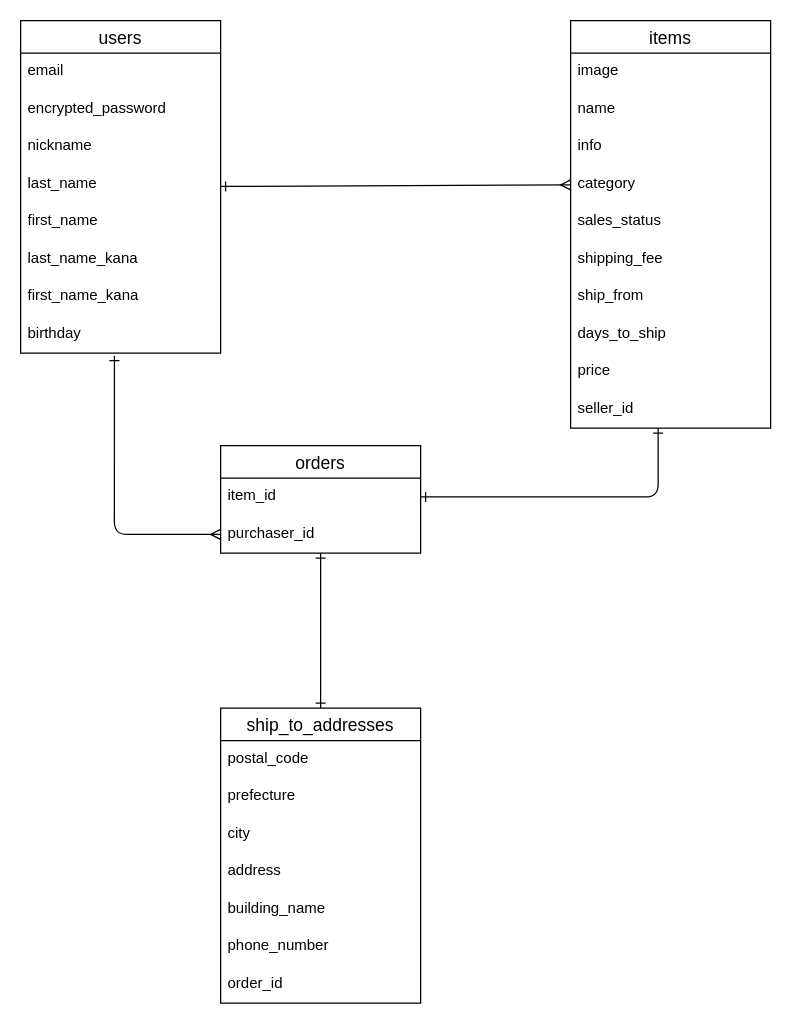
Earlier version of the draw.io diagram tables.dio (Feelfym/furima-40422). Source tidied: cells renumbered, new cells numbered last; positions are measured from the earlier drawing's top-left corner, leaving out a move shared by most shapes. Both pictures are drawn from the tidied source at 125%, with x=0, y=0 at pixel (20, 20).
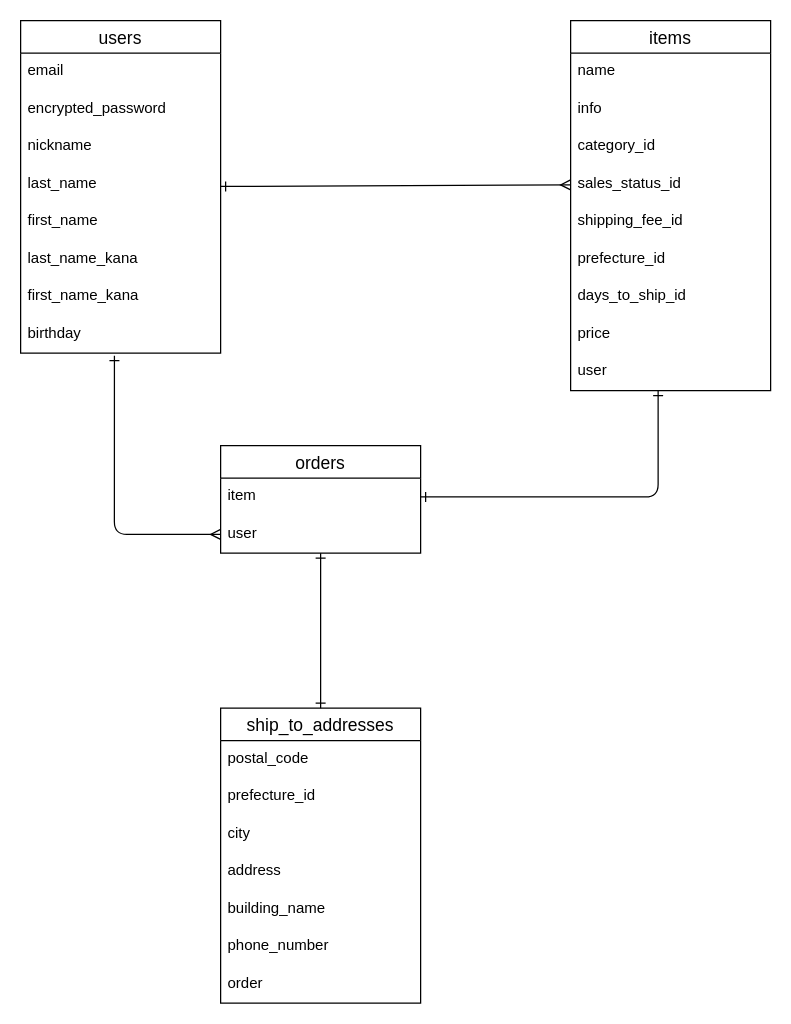
The same page after the edit.

Commit message (it also covers changes not shown here):
ER図・READMEの修正

データベース設計の修正

Unchanged cells that the change refers to:
```xml
<mxCell id="3" value="users" style="swimlane;fontStyle=0;horizontal=1;startSize=26;align=center;fontSize=14;" parent="1" vertex="1">
  <mxGeometry width="160" height="266" as="geometry" />
</mxCell>
<mxCell id="23" value="orders" style="swimlane;fontStyle=0;horizontal=1;startSize=26;align=center;fontSize=14;" parent="1" vertex="1">
  <mxGeometry x="160" y="340" width="160" height="86" as="geometry" />
</mxCell>
<mxCell id="26" value="ship_to_addresses" style="swimlane;fontStyle=0;horizontal=1;startSize=26;align=center;fontSize=14;" parent="1" vertex="1">
  <mxGeometry x="160" y="550" width="160" height="236" as="geometry" />
</mxCell>
```

The edit, as a diff of the source:
```diff
@@
-    <mxCell id="2" style="html=1;startArrow=ERone;startFill=0;endArrow=ERmany;endFill=0;" parent="1" edge="1" source="3" target="16">
+    <mxCell id="2" style="html=1;startArrow=ERone;startFill=0;endArrow=ERmany;endFill=0;" parent="1" edge="1" source="3" target="17">
       <mxGeometry relative="1" as="geometry" />
     </mxCell>
@@
     <mxCell id="12" value="items" style="swimlane;fontStyle=0;horizontal=1;startSize=26;align=center;fontSize=14;" parent="1" vertex="1">
-      <mxGeometry x="440" width="160" height="326" as="geometry" />
+      <mxGeometry x="440" width="160" height="296" as="geometry" />
     </mxCell>
-    <mxCell id="13" value="image" style="text;strokeColor=none;fillColor=none;spacingLeft=4;spacingRight=4;overflow=hidden;fontSize=12;" parent="12" vertex="1">
-      <mxGeometry y="26" width="160" height="30" as="geometry" />
-    </mxCell>
     <mxCell id="14" value="name" style="text;strokeColor=none;fillColor=none;spacingLeft=4;spacingRight=4;overflow=hidden;fontSize=12;" parent="12" vertex="1">
-      <mxGeometry y="56" width="160" height="30" as="geometry" />
+      <mxGeometry y="26" width="160" height="30" as="geometry" />
     </mxCell>
     <mxCell id="15" value="info" style="text;strokeColor=none;fillColor=none;spacingLeft=4;spacingRight=4;overflow=hidden;fontSize=12;" parent="12" vertex="1">
-      <mxGeometry y="86" width="160" height="30" as="geometry" />
+      <mxGeometry y="56" width="160" height="30" as="geometry" />
     </mxCell>
-    <mxCell id="16" value="category" style="text;strokeColor=none;fillColor=none;spacingLeft=4;spacingRight=4;overflow=hidden;points=[[0,0.5],[1,0.5]];portConstraint=eastwest;fontSize=12;" parent="12" vertex="1">
-      <mxGeometry y="116" width="160" height="30" as="geometry" />
+    <mxCell id="16" value="category_id" style="text;strokeColor=none;fillColor=none;spacingLeft=4;spacingRight=4;overflow=hidden;points=[[0,0.5],[1,0.5]];portConstraint=eastwest;fontSize=12;" parent="12" vertex="1">
+      <mxGeometry y="86" width="160" height="30" as="geometry" />
     </mxCell>
-    <mxCell id="17" value="sales_status" style="text;strokeColor=none;fillColor=none;spacingLeft=4;spacingRight=4;overflow=hidden;points=[[0,0.5],[1,0.5]];portConstraint=eastwest;fontSize=12;" parent="12" vertex="1">
-      <mxGeometry y="146" width="160" height="30" as="geometry" />
+    <mxCell id="17" value="sales_status_id" style="text;strokeColor=none;fillColor=none;spacingLeft=4;spacingRight=4;overflow=hidden;points=[[0,0.5],[1,0.5]];portConstraint=eastwest;fontSize=12;" parent="12" vertex="1">
+      <mxGeometry y="116" width="160" height="30" as="geometry" />
     </mxCell>
-    <mxCell id="18" value="shipping_fee" style="text;strokeColor=none;fillColor=none;spacingLeft=4;spacingRight=4;overflow=hidden;fontSize=12;" parent="12" vertex="1">
-      <mxGeometry y="176" width="160" height="30" as="geometry" />
+    <mxCell id="18" value="shipping_fee_id" style="text;strokeColor=none;fillColor=none;spacingLeft=4;spacingRight=4;overflow=hidden;fontSize=12;" parent="12" vertex="1">
+      <mxGeometry y="146" width="160" height="30" as="geometry" />
     </mxCell>
-    <mxCell id="19" value="ship_from" style="text;strokeColor=none;fillColor=none;spacingLeft=4;spacingRight=4;overflow=hidden;fontSize=12;" parent="12" vertex="1">
-      <mxGeometry y="206" width="160" height="30" as="geometry" />
+    <mxCell id="19" value="prefecture_id" style="text;strokeColor=none;fillColor=none;spacingLeft=4;spacingRight=4;overflow=hidden;fontSize=12;" parent="12" vertex="1">
+      <mxGeometry y="176" width="160" height="30" as="geometry" />
     </mxCell>
-    <mxCell id="20" value="days_to_ship" style="text;strokeColor=none;fillColor=none;spacingLeft=4;spacingRight=4;overflow=hidden;fontSize=12;" parent="12" vertex="1">
-      <mxGeometry y="236" width="160" height="30" as="geometry" />
+    <mxCell id="20" value="days_to_ship_id" style="text;strokeColor=none;fillColor=none;spacingLeft=4;spacingRight=4;overflow=hidden;fontSize=12;" parent="12" vertex="1">
+      <mxGeometry y="206" width="160" height="30" as="geometry" />
     </mxCell>
     <mxCell id="21" value="price" style="text;strokeColor=none;fillColor=none;spacingLeft=4;spacingRight=4;overflow=hidden;fontSize=12;" parent="12" vertex="1">
-      <mxGeometry y="266" width="160" height="30" as="geometry" />
+      <mxGeometry y="236" width="160" height="30" as="geometry" />
     </mxCell>
-    <mxCell id="22" value="seller_id" style="text;strokeColor=none;fillColor=none;spacingLeft=4;spacingRight=4;overflow=hidden;points=[[0,0.5],[1,0.5]];portConstraint=eastwest;fontSize=12;" parent="12" vertex="1">
-      <mxGeometry y="296" width="160" height="30" as="geometry" />
+    <mxCell id="22" value="user" style="text;strokeColor=none;fillColor=none;spacingLeft=4;spacingRight=4;overflow=hidden;points=[[0,0.5],[1,0.5]];portConstraint=eastwest;fontSize=12;" parent="12" vertex="1">
+      <mxGeometry y="266" width="160" height="30" as="geometry" />
     </mxCell>
@@
-    <mxCell id="24" value="item_id" style="text;strokeColor=none;fillColor=none;spacingLeft=4;spacingRight=4;overflow=hidden;points=[[0,0.5],[1,0.5]];portConstraint=eastwest;fontSize=12;" parent="23" vertex="1">
+    <mxCell id="24" value="item" style="text;strokeColor=none;fillColor=none;spacingLeft=4;spacingRight=4;overflow=hidden;points=[[0,0.5],[1,0.5]];portConstraint=eastwest;fontSize=12;" parent="23" vertex="1">
       <mxGeometry y="26" width="160" height="30" as="geometry" />
     </mxCell>
-    <mxCell id="25" value="purchaser_id" style="text;strokeColor=none;fillColor=none;spacingLeft=4;spacingRight=4;overflow=hidden;points=[[0,0.5],[1,0.5]];portConstraint=eastwest;fontSize=12;" parent="23" vertex="1">
+    <mxCell id="25" value="user" style="text;strokeColor=none;fillColor=none;spacingLeft=4;spacingRight=4;overflow=hidden;points=[[0,0.5],[1,0.5]];portConstraint=eastwest;fontSize=12;" parent="23" vertex="1">
       <mxGeometry y="56" width="160" height="30" as="geometry" />
     </mxCell>
@@
-    <mxCell id="28" value="prefecture" style="text;strokeColor=none;fillColor=none;spacingLeft=4;spacingRight=4;overflow=hidden;fontSize=12;" parent="26" vertex="1">
+    <mxCell id="28" value="prefecture_id" style="text;strokeColor=none;fillColor=none;spacingLeft=4;spacingRight=4;overflow=hidden;fontSize=12;" parent="26" vertex="1">
       <mxGeometry y="56" width="160" height="30" as="geometry" />
     </mxCell>
@@
-    <mxCell id="33" value="order_id" style="text;strokeColor=none;fillColor=none;spacingLeft=4;spacingRight=4;overflow=hidden;fontSize=12;" parent="26" vertex="1">
+    <mxCell id="33" value="order" style="text;strokeColor=none;fillColor=none;spacingLeft=4;spacingRight=4;overflow=hidden;fontSize=12;" parent="26" vertex="1">
       <mxGeometry y="206" width="160" height="30" as="geometry" />
     </mxCell>
```
